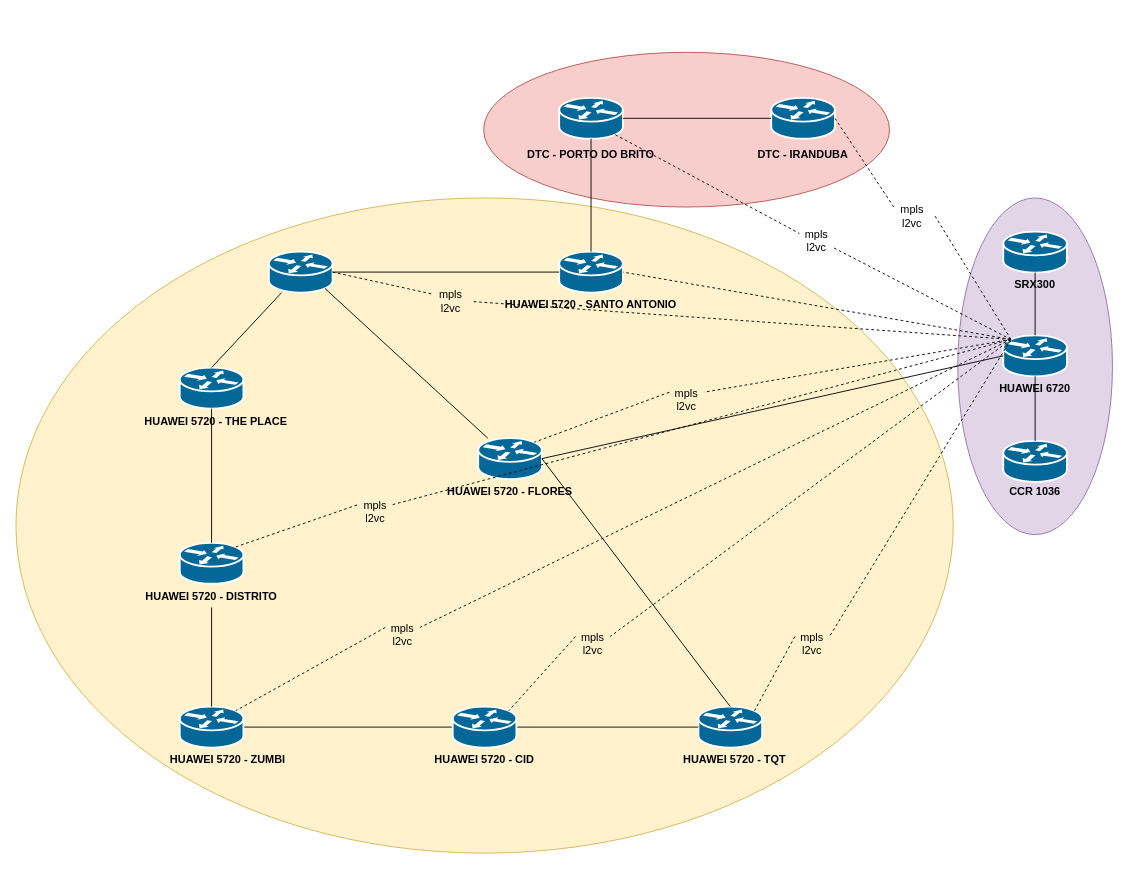
This is page "Page-4" (4 of 4) of Untitled Diagram.drawio from matheusmoliveira/draw.io, a draw.io file, before an edit. Source tidied: cells renumbered, new cells numbered last; positions are measured from the earlier drawing's top-left corner, leaving out a move shared by most shapes. Both pictures are drawn from the tidied source at 91%, with x=0, y=0 at pixel (15, 52).
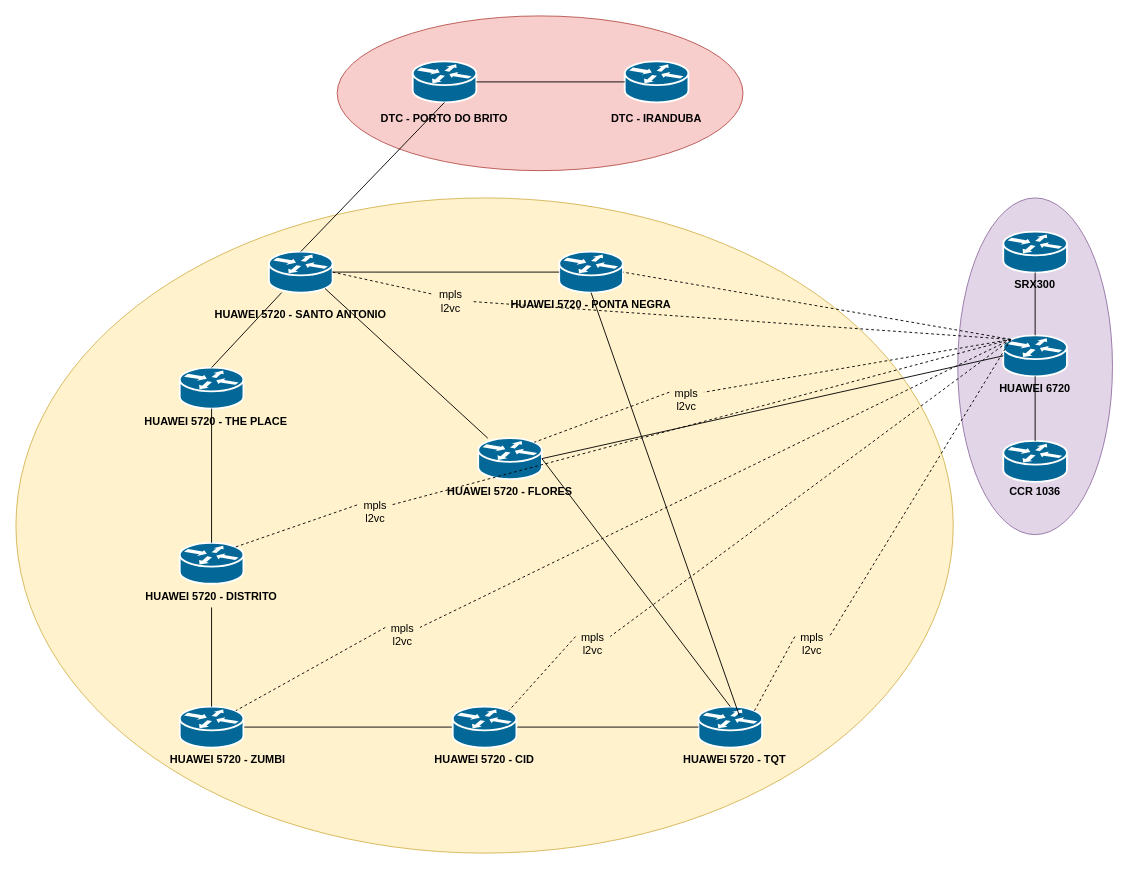
After the change.

The change refers to these unchanged cells:
```xml
<mxCell id="6" style="shape=mxgraph.cisco.routers.router;html=1;dashed=0;fillColor=#036897;strokeColor=#ffffff;strokeWidth=2;verticalLabelPosition=bottom;verticalAlign=top;align=center;outlineConnect=0;" parent="1" vertex="1">
  <mxGeometry x="1085" y="311" width="70" height="45" as="geometry" />
</mxCell>
<mxCell id="17" style="shape=mxgraph.cisco.routers.router;html=1;dashed=0;fillColor=#036897;strokeColor=#ffffff;strokeWidth=2;verticalLabelPosition=bottom;verticalAlign=top;align=center;outlineConnect=0;" parent="1" vertex="1">
  <mxGeometry x="597" y="219" width="70" height="45" as="geometry" />
</mxCell>
<mxCell id="19" style="shape=mxgraph.cisco.routers.router;html=1;dashed=0;fillColor=#036897;strokeColor=#ffffff;strokeWidth=2;verticalLabelPosition=bottom;verticalAlign=top;align=center;outlineConnect=0;" parent="1" vertex="1">
  <mxGeometry x="278" y="219" width="70" height="45" as="geometry" />
</mxCell>
```

Change to the diagram source:
```diff
@@
     <mxCell id="2" style="ellipse;whiteSpace=wrap;html=1;fillColor=#f8cecc;strokeColor=#b85450;" parent="1" vertex="1">
-      <mxGeometry x="514" width="446" height="170" as="geometry" />
+      <mxGeometry x="353" y="-40" width="446" height="170" as="geometry" />
     </mxCell>
@@
-    <mxCell id="35" value="HUAWEI 5720 - SANTO ANTONIO" style="text;align=center;fontStyle=1;verticalAlign=middle;spacingLeft=3;spacingRight=3;strokeColor=none;" parent="1" vertex="1">
+    <mxCell id="35" value="HUAWEI 5720 - PONTA NEGRA" style="text;align=center;fontStyle=1;verticalAlign=middle;spacingLeft=3;spacingRight=3;strokeColor=none;" parent="1" vertex="1">
       <mxGeometry x="592" y="264" width="80" height="26" as="geometry" />
     </mxCell>
     <mxCell id="36" style="shape=mxgraph.cisco.routers.router;html=1;dashed=0;fillColor=#036897;strokeColor=#ffffff;strokeWidth=2;verticalLabelPosition=bottom;verticalAlign=top;align=center;outlineConnect=0;" parent="1" vertex="1">
-      <mxGeometry x="830" y="50" width="70" height="45" as="geometry" />
+      <mxGeometry x="669" y="10" width="70" height="45" as="geometry" />
     </mxCell>
     <mxCell id="37" style="shape=mxgraph.cisco.routers.router;html=1;dashed=0;fillColor=#036897;strokeColor=#ffffff;strokeWidth=2;verticalLabelPosition=bottom;verticalAlign=top;align=center;outlineConnect=0;" parent="1" vertex="1">
-      <mxGeometry x="597" y="50" width="70" height="45" as="geometry" />
+      <mxGeometry x="436" y="10" width="70" height="45" as="geometry" />
     </mxCell>
-    <mxCell id="38" style="endArrow=none;html=1;startArrow=none;entryX=0.5;entryY=1;entryDx=0;entryDy=0;entryPerimeter=0;exitX=0.5;exitY=0;exitDx=0;exitDy=0;exitPerimeter=0;" parent="1" edge="1" source="17" target="37">
+    <mxCell id="38" style="endArrow=none;html=1;startArrow=none;entryX=0.5;entryY=1;entryDx=0;entryDy=0;entryPerimeter=0;exitX=0.5;exitY=0;exitDx=0;exitDy=0;exitPerimeter=0;" parent="1" edge="1" source="19" target="37">
       <mxGeometry relative="1" as="geometry" />
     </mxCell>
@@
     <mxCell id="40" value="DTC - PORTO DO BRITO" style="text;align=center;fontStyle=1;verticalAlign=middle;spacingLeft=3;spacingRight=3;strokeColor=none;" parent="1" vertex="1">
-      <mxGeometry x="592" y="99" width="80" height="26" as="geometry" />
+      <mxGeometry x="431" y="59" width="80" height="26" as="geometry" />
     </mxCell>
     <mxCell id="41" value="DTC - IRANDUBA" style="text;align=center;fontStyle=1;verticalAlign=middle;spacingLeft=3;spacingRight=3;strokeColor=none;" parent="1" vertex="1">
-      <mxGeometry x="825" y="99" width="80" height="26" as="geometry" />
+      <mxGeometry x="664" y="59" width="80" height="26" as="geometry" />
     </mxCell>
@@
-    <mxCell id="48" style="endArrow=none;dashed=1;html=1;exitX=0.88;exitY=0.9;exitDx=0;exitDy=0;exitPerimeter=0;entryX=0.12;entryY=0.1;entryDx=0;entryDy=0;entryPerimeter=0;startArrow=none;" parent="1" edge="1" source="55" target="6">
-      <mxGeometry relative="1" as="geometry" />
-    </mxCell>
@@
-    <mxCell id="51" style="endArrow=none;dashed=1;html=1;exitX=1;exitY=0.5;exitDx=0;exitDy=0;exitPerimeter=0;entryX=0.12;entryY=0.1;entryDx=0;entryDy=0;entryPerimeter=0;startArrow=none;" parent="1" edge="1" source="53" target="6">
-      <mxGeometry relative="1" as="geometry" />
-    </mxCell>
@@
-    <mxCell id="53" value="mpls l2vc" style="text;html=1;strokeColor=none;fillColor=none;align=center;verticalAlign=middle;whiteSpace=wrap;rounded=0;" parent="1" vertex="1">
-      <mxGeometry x="960" y="170" width="50" height="20" as="geometry" />
-    </mxCell>
-    <mxCell id="54" style="endArrow=none;dashed=1;html=1;exitX=1;exitY=0.5;exitDx=0;exitDy=0;exitPerimeter=0;entryX=0.12;entryY=0.1;entryDx=0;entryDy=0;entryPerimeter=0;" parent="1" edge="1" source="36" target="53">
-      <mxGeometry relative="1" as="geometry" />
-    </mxCell>
-    <mxCell id="55" value="mpls l2vc" style="text;html=1;strokeColor=none;fillColor=none;align=center;verticalAlign=middle;whiteSpace=wrap;rounded=0;" parent="1" vertex="1">
-      <mxGeometry x="855" y="197" width="50" height="20" as="geometry" />
-    </mxCell>
-    <mxCell id="56" style="endArrow=none;dashed=1;html=1;exitX=0.88;exitY=0.9;exitDx=0;exitDy=0;exitPerimeter=0;entryX=0.12;entryY=0.1;entryDx=0;entryDy=0;entryPerimeter=0;" parent="1" edge="1" source="37" target="55">
-      <mxGeometry relative="1" as="geometry" />
-    </mxCell>
@@
+    <mxCell id="69" value="HUAWEI 5720 - SANTO ANTONIO" style="text;align=center;fontStyle=1;verticalAlign=middle;spacingLeft=3;spacingRight=3;strokeColor=none;" parent="1" vertex="1">
+      <mxGeometry x="273" y="274" width="80" height="26" as="geometry" />
+    </mxCell>
+    <mxCell id="70" style="endArrow=none;html=1;entryX=0.5;entryY=1;entryDx=0;entryDy=0;entryPerimeter=0;startArrow=none;exitX=0.5;exitY=0;exitDx=0;exitDy=0;exitPerimeter=0;" parent="1" edge="1" target="17">
+      <mxGeometry relative="1" as="geometry">
+        <mxPoint x="795" y="729" as="sourcePoint" />
+      </mxGeometry>
+    </mxCell>
```
